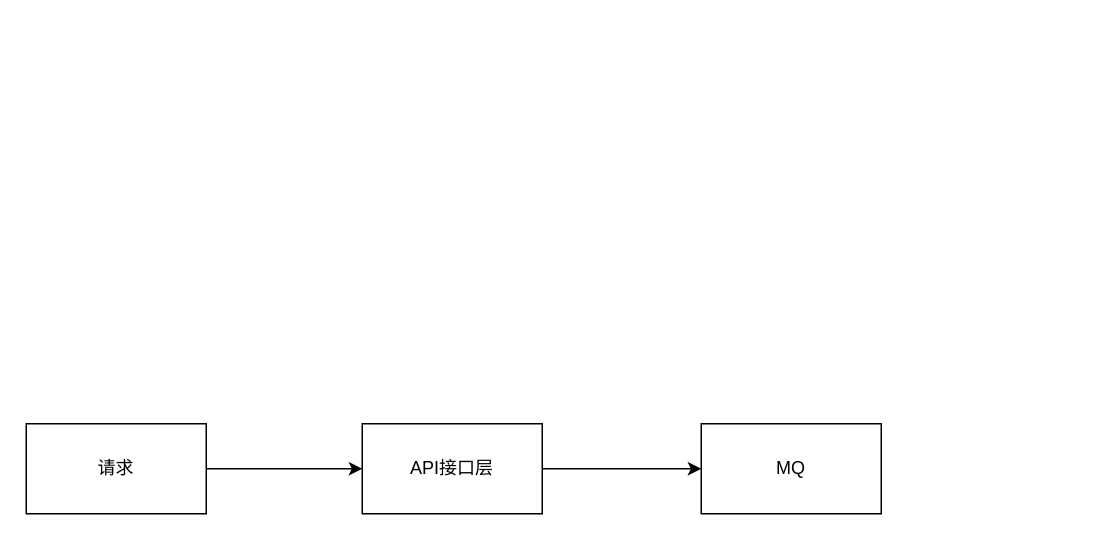
Earlier version of the draw.io diagram 接入层处理流程.drawio (Crazypointer/Picture). Source tidied: cells renumbered, new cells numbered last; positions are measured from the earlier drawing's top-left corner, leaving out a move shared by most shapes. Both pictures are drawn from the tidied source at 150%, with x=0, y=0 at pixel (26, 423).
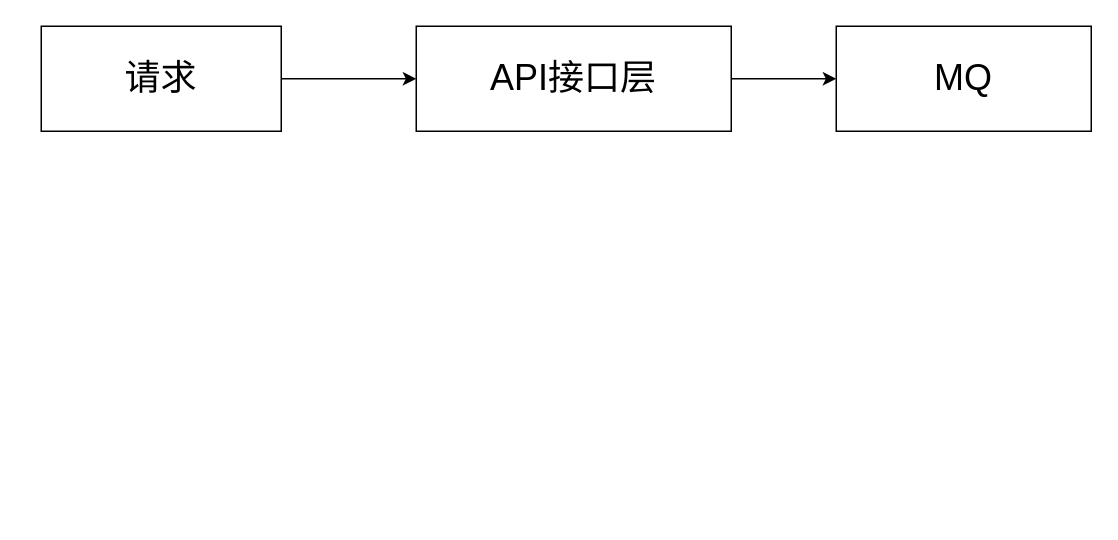
After the change.

Commit message:
更新接入层处理流程.drawio

The edit, as a diff of the source:
```diff
@@
 <mxGraphModel>
   <root>
     <mxCell id="0" />
     <mxCell id="1" parent="0" />
-    <mxCell id="2" style="edgeStyle=orthogonalEdgeStyle;rounded=0;jettySize=auto;html=1;exitX=1;exitY=0.5;exitDx=0;exitDy=0;entryX=0;entryY=0.5;entryDx=0;entryDy=0;" parent="1" edge="1" source="3" target="5">
+    <mxCell id="2" style="edgeStyle=orthogonalEdgeStyle;rounded=0;jettySize=auto;html=1;exitX=1;exitY=0.5;exitDx=0;exitDy=0;entryX=0;entryY=0.5;entryDx=0;entryDy=0;fontSize=24;" parent="1" edge="1" source="3" target="5">
       <mxGeometry relative="1" as="geometry" />
     </mxCell>
-    <mxCell id="3" value="请求" style="rounded=0;whiteSpace=wrap;html=1;" parent="1" vertex="1">
-      <mxGeometry width="120" height="60" as="geometry" />
+    <mxCell id="3" value="请求" style="rounded=0;whiteSpace=wrap;html=1;fontSize=24;" parent="1" vertex="1">
+      <mxGeometry x="10" y="-265" width="160" height="70" as="geometry" />
     </mxCell>
-    <mxCell id="4" style="edgeStyle=orthogonalEdgeStyle;rounded=0;jettySize=auto;html=1;exitX=1;exitY=0.5;exitDx=0;exitDy=0;entryX=0;entryY=0.5;entryDx=0;entryDy=0;" parent="1" edge="1" source="5" target="6">
+    <mxCell id="4" style="edgeStyle=orthogonalEdgeStyle;rounded=0;jettySize=auto;html=1;exitX=1;exitY=0.5;exitDx=0;exitDy=0;entryX=0;entryY=0.5;entryDx=0;entryDy=0;fontSize=24;" parent="1" edge="1" source="5" target="6">
       <mxGeometry relative="1" as="geometry" />
     </mxCell>
-    <mxCell id="5" value="API接口层" style="rounded=0;whiteSpace=wrap;html=1;" parent="1" vertex="1">
-      <mxGeometry x="224" width="120" height="60" as="geometry" />
+    <mxCell id="5" value="API接口层" style="rounded=0;whiteSpace=wrap;html=1;fontSize=24;" parent="1" vertex="1">
+      <mxGeometry x="260" y="-265" width="210" height="70" as="geometry" />
     </mxCell>
-    <mxCell id="6" value="MQ" style="rounded=0;whiteSpace=wrap;html=1;" parent="1" vertex="1">
-      <mxGeometry x="450" width="120" height="60" as="geometry" />
+    <mxCell id="6" value="MQ" style="rounded=0;whiteSpace=wrap;html=1;fontSize=24;" parent="1" vertex="1">
+      <mxGeometry x="540" y="-265" width="170" height="70" as="geometry" />
     </mxCell>
   </root>
 </mxGraphModel>
```
